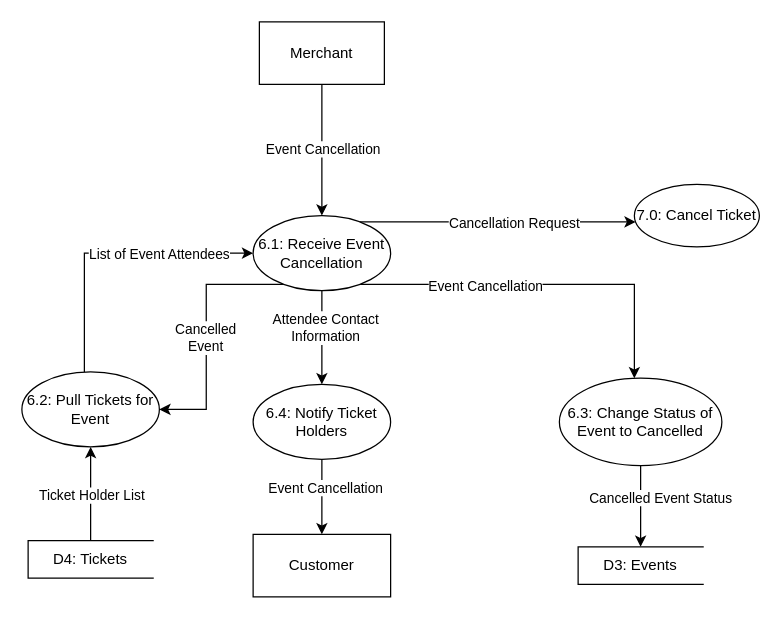
Earlier version of the draw.io diagram page "6.0: Cancel Event Level 2" (8 of 10) of ITEC 630 DFD Ticket Mangement System .drawio (SteveWChang/UMGC-ITEC--630-Ticketing-System-Modeling-and-Analysis). Source tidied: cells renumbered, new cells numbered last; positions are measured from the earlier drawing's top-left corner, leaving out a move shared by most shapes. Both pictures are drawn from the tidied source at 125%, with x=0, y=0 at pixel (21, 21).
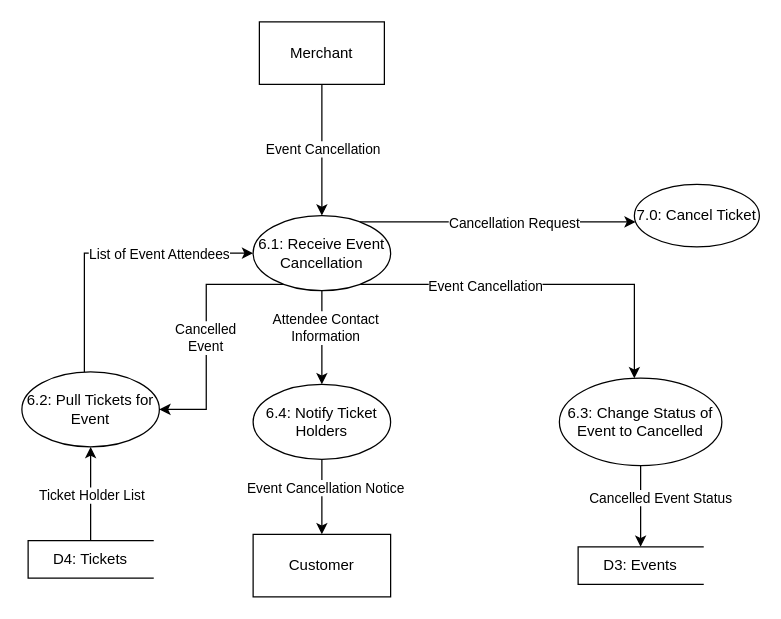
Above is the later version.

The change refers to these unchanged cells:
```xml
<mxCell id="26" style="edgeStyle=orthogonalEdgeStyle;rounded=0;jettySize=auto;html=1;" parent="1" edge="1" source="28" target="19">
  <mxGeometry relative="1" as="geometry" />
</mxCell>
```

Diff of the diagram source:
```diff
@@
-    <mxCell id="27" value="Event Cancellation" style="edgeLabel;html=1;align=center;verticalAlign=middle;" parent="26" vertex="1">
+    <mxCell id="27" value="Event Cancellation Notice" style="edgeLabel;html=1;align=center;verticalAlign=middle;" parent="26" vertex="1">
       <mxGeometry x="-0.26" y="2" relative="1" as="geometry" />
     </mxCell>
```
